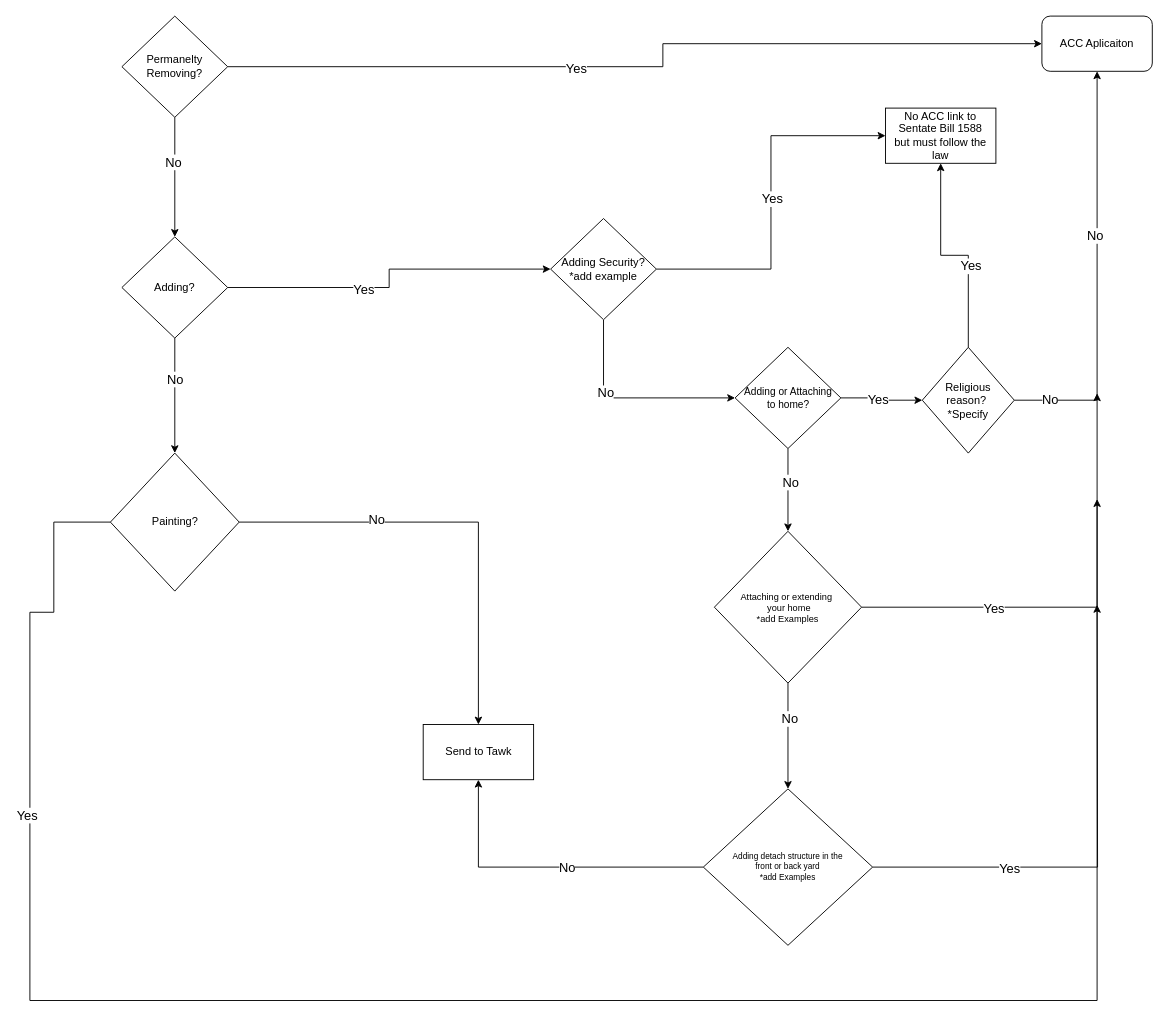
Earlier version of the draw.io diagram Photos/Untitled Diagram.drawio (SegNova/approval). Source tidied: cells renumbered, new cells numbered last; positions are measured from the earlier drawing's top-left corner, leaving out a move shared by most shapes. Both pictures are drawn from the tidied source at 92%, with x=0, y=0 at pixel (29, 16).
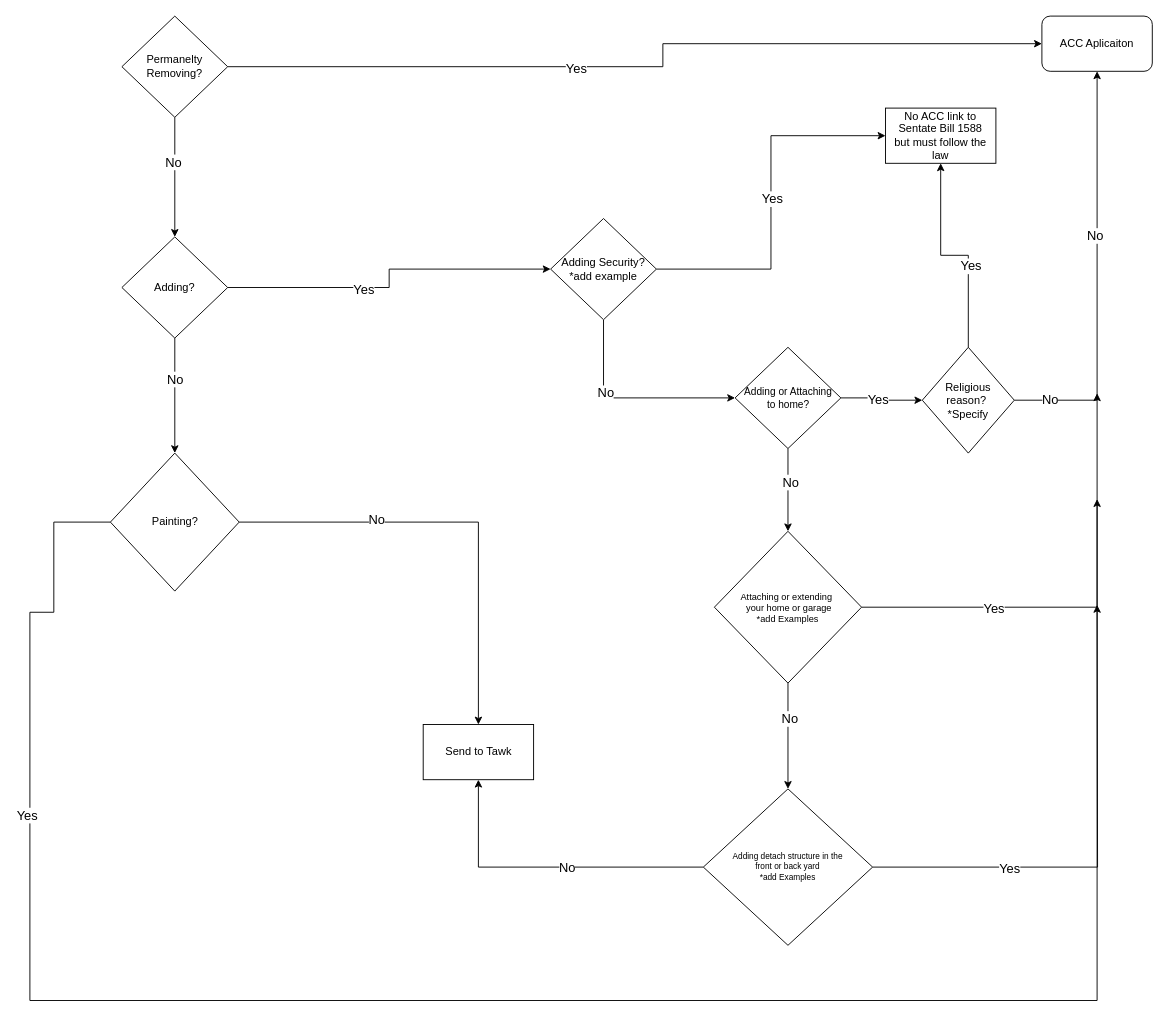
The same page after the edit.

The edit, as a diff of the source:
```diff
@@
-    <mxCell id="40" value="Attaching or extending&amp;nbsp;&lt;br&gt;&amp;nbsp;your home&lt;br&gt;*add Examples" style="rhombus;whiteSpace=wrap;html=1;fontSize=10;" parent="1" vertex="1">
+    <mxCell id="40" value="Attaching or extending&amp;nbsp;&lt;br&gt;&amp;nbsp;your home or garage&lt;br&gt;*add Examples" style="rhombus;whiteSpace=wrap;html=1;fontSize=10;" parent="1" vertex="1">
       <mxGeometry x="744" y="560" width="160" height="165" as="geometry" />
     </mxCell>
```
